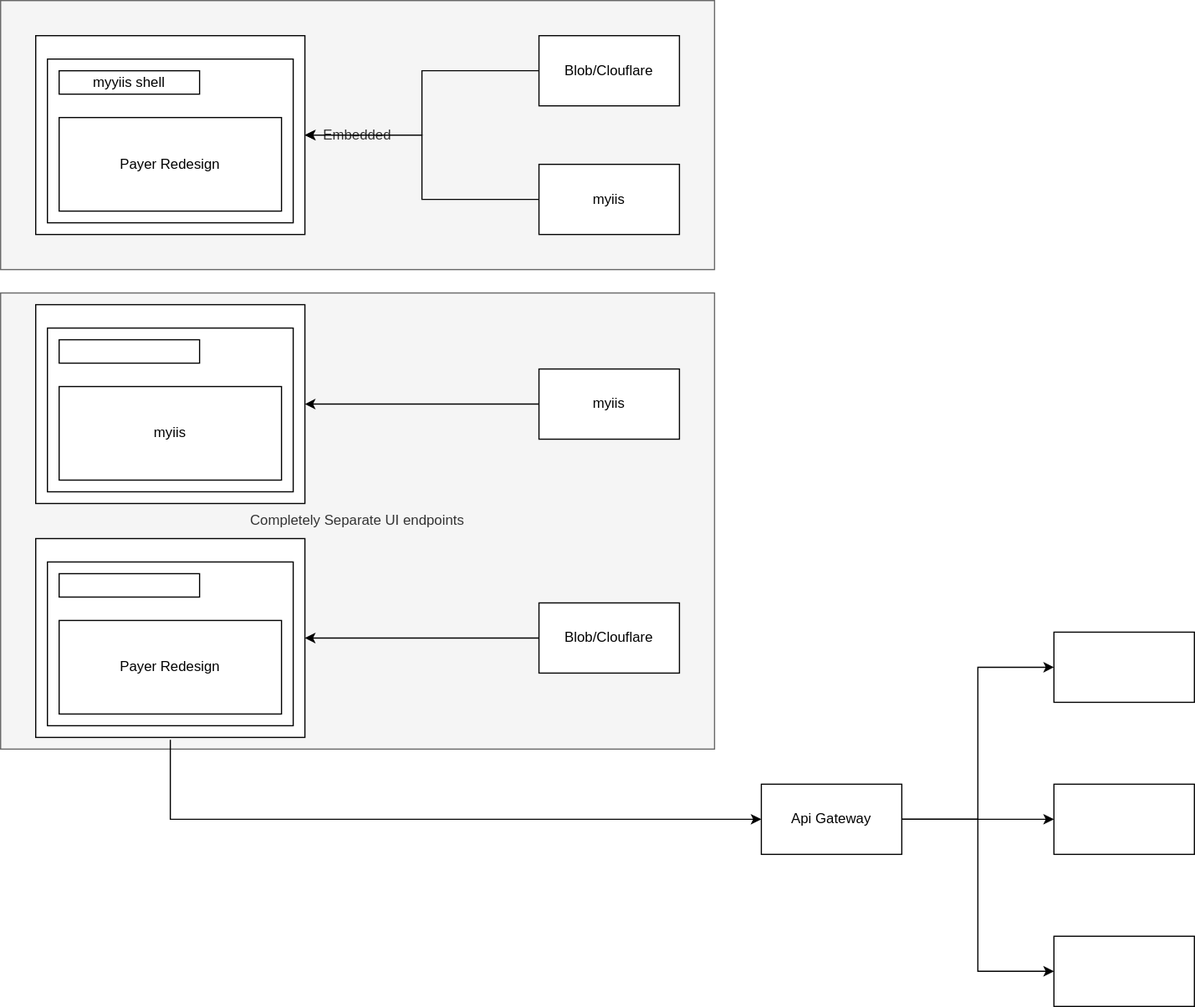
This is payerredesignOption1.svg from vjavle/invoicecloud, a draw.io export, as it was before one commit. Source tidied: cells renumbered, new cells last; positions are measured from the earlier drawing's top-left corner, leaving out a move shared by most shapes.
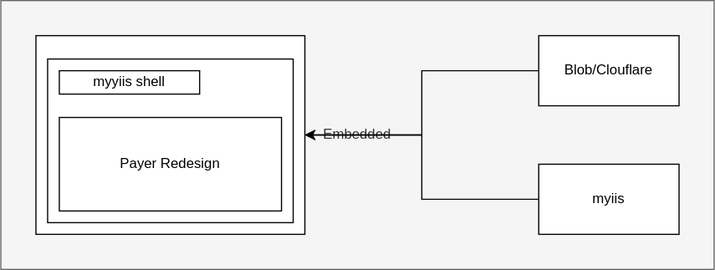
After the commit.

What changed in the source:
```diff
@@ -2,9 +2,6 @@
   <root>
     <mxCell id="0" />
     <mxCell id="1" parent="0" />
-    <mxCell id="2" value="Completely Separate UI endpoints" style="rounded=0;whiteSpace=wrap;html=1;fillColor=#f5f5f5;fontColor=#333333;strokeColor=#666666;" parent="1" vertex="1">
-      <mxGeometry y="250" width="610" height="390" as="geometry" />
-    </mxCell>
     <mxCell id="3" value="Embedded" style="rounded=0;whiteSpace=wrap;html=1;fillColor=#f5f5f5;fontColor=#333333;strokeColor=#666666;" parent="1" vertex="1">
       <mxGeometry width="610" height="230" as="geometry" />
     </mxCell>
@@ -32,70 +29,5 @@
     <mxCell id="11" value="Payer Redesign" style="rounded=0;whiteSpace=wrap;html=1;" parent="1" vertex="1">
       <mxGeometry x="50" y="100" width="190" height="80" as="geometry" />
     </mxCell>
-    <mxCell id="12" style="edgeStyle=orthogonalEdgeStyle;rounded=0;jettySize=auto;html=1;entryX=1;entryY=0.5;entryDx=0;entryDy=0;" parent="1" edge="1" source="13" target="14">
-      <mxGeometry relative="1" as="geometry" />
-    </mxCell>
-    <mxCell id="13" value="myiis" style="rounded=0;whiteSpace=wrap;html=1;" parent="1" vertex="1">
-      <mxGeometry x="460" y="315" width="120" height="60" as="geometry" />
-    </mxCell>
-    <mxCell id="14" style="rounded=0;whiteSpace=wrap;html=1;" parent="1" vertex="1">
-      <mxGeometry x="30" y="260" width="230" height="170" as="geometry" />
-    </mxCell>
-    <mxCell id="15" style="rounded=0;whiteSpace=wrap;html=1;" parent="1" vertex="1">
-      <mxGeometry x="40" y="280" width="210" height="140" as="geometry" />
-    </mxCell>
-    <mxCell id="16" style="rounded=0;whiteSpace=wrap;html=1;" parent="1" vertex="1">
-      <mxGeometry x="50" y="290" width="120" height="20" as="geometry" />
-    </mxCell>
-    <mxCell id="17" value="myiis" style="rounded=0;whiteSpace=wrap;html=1;" parent="1" vertex="1">
-      <mxGeometry x="50" y="330" width="190" height="80" as="geometry" />
-    </mxCell>
-    <mxCell id="18" style="edgeStyle=orthogonalEdgeStyle;rounded=0;jettySize=auto;html=1;entryX=1;entryY=0.5;entryDx=0;entryDy=0;" parent="1" edge="1" source="19" target="21">
-      <mxGeometry relative="1" as="geometry" />
-    </mxCell>
-    <mxCell id="19" value="Blob/Clouflare" style="rounded=0;whiteSpace=wrap;html=1;" parent="1" vertex="1">
-      <mxGeometry x="460" y="515" width="120" height="60" as="geometry" />
-    </mxCell>
-    <mxCell id="20" style="edgeStyle=orthogonalEdgeStyle;rounded=0;jettySize=auto;html=1;entryX=0;entryY=0.5;entryDx=0;entryDy=0;" parent="1" edge="1" target="28">
-      <mxGeometry relative="1" as="geometry">
-        <mxPoint x="145" y="632" as="sourcePoint" />
-        <Array as="points">
-          <mxPoint x="145" y="700" />
-        </Array>
-      </mxGeometry>
-    </mxCell>
-    <mxCell id="21" style="rounded=0;whiteSpace=wrap;html=1;" parent="1" vertex="1">
-      <mxGeometry x="30" y="460" width="230" height="170" as="geometry" />
-    </mxCell>
-    <mxCell id="22" style="rounded=0;whiteSpace=wrap;html=1;" parent="1" vertex="1">
-      <mxGeometry x="40" y="480" width="210" height="140" as="geometry" />
-    </mxCell>
-    <mxCell id="23" style="rounded=0;whiteSpace=wrap;html=1;" parent="1" vertex="1">
-      <mxGeometry x="50" y="490" width="120" height="20" as="geometry" />
-    </mxCell>
-    <mxCell id="24" value="Payer Redesign" style="rounded=0;whiteSpace=wrap;html=1;" parent="1" vertex="1">
-      <mxGeometry x="50" y="530" width="190" height="80" as="geometry" />
-    </mxCell>
-    <mxCell id="25" style="edgeStyle=orthogonalEdgeStyle;rounded=0;jettySize=auto;html=1;entryX=0;entryY=0.5;entryDx=0;entryDy=0;" parent="1" edge="1" source="28" target="29">
-      <mxGeometry relative="1" as="geometry" />
-    </mxCell>
-    <mxCell id="26" style="edgeStyle=orthogonalEdgeStyle;rounded=0;jettySize=auto;html=1;" parent="1" edge="1" source="28" target="30">
-      <mxGeometry relative="1" as="geometry" />
-    </mxCell>
-    <mxCell id="27" style="edgeStyle=orthogonalEdgeStyle;rounded=0;jettySize=auto;html=1;entryX=0;entryY=0.5;entryDx=0;entryDy=0;" parent="1" edge="1" source="28" target="31">
-      <mxGeometry relative="1" as="geometry" />
-    </mxCell>
-    <mxCell id="28" value="Api Gateway" style="rounded=0;whiteSpace=wrap;html=1;" parent="1" vertex="1">
-      <mxGeometry x="650" y="670" width="120" height="60" as="geometry" />
-    </mxCell>
-    <mxCell id="29" style="rounded=0;whiteSpace=wrap;html=1;" parent="1" vertex="1">
-      <mxGeometry x="900" y="540" width="120" height="60" as="geometry" />
-    </mxCell>
-    <mxCell id="30" style="rounded=0;whiteSpace=wrap;html=1;" parent="1" vertex="1">
-      <mxGeometry x="900" y="670" width="120" height="60" as="geometry" />
-    </mxCell>
-    <mxCell id="31" style="rounded=0;whiteSpace=wrap;html=1;" parent="1" vertex="1">
-      <mxGeometry x="900" y="800" width="120" height="60" as="geometry" />
-    </mxCell>
   </root>
 </mxGraphModel>
```
